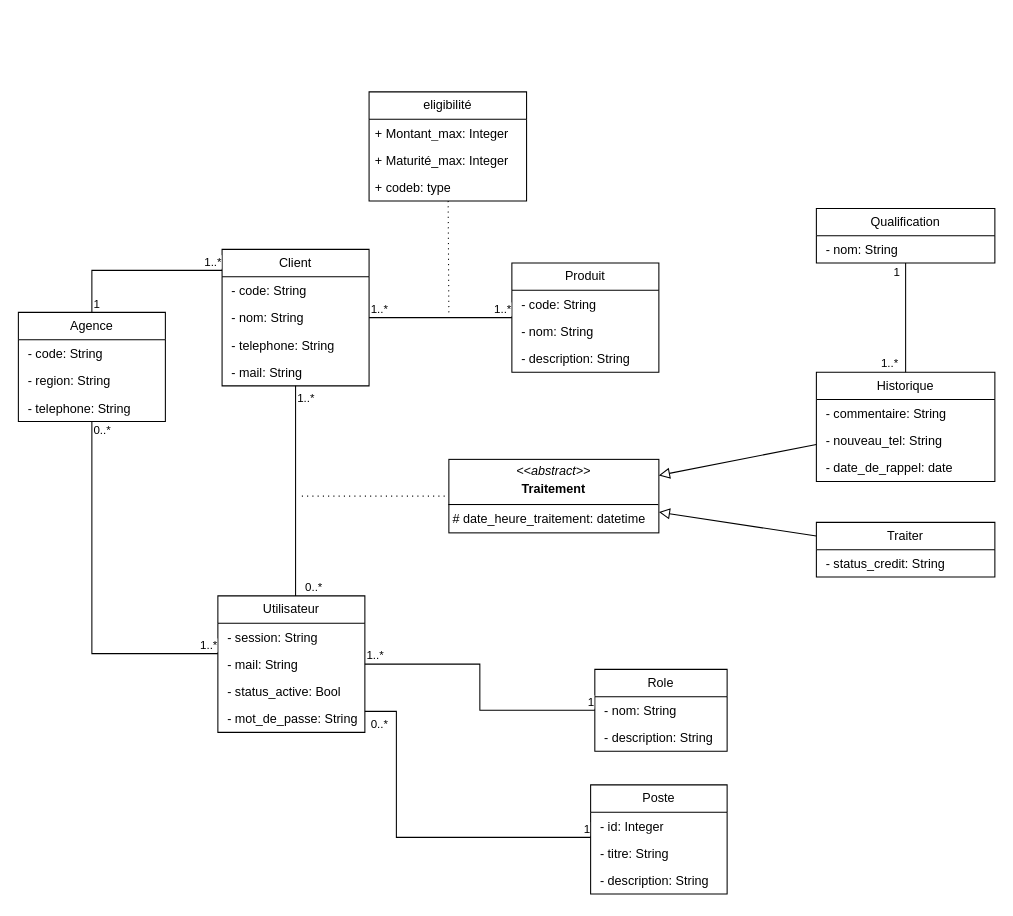
Before: diagram.drawio in 34arsonEddy/ABM, a draw.io diagram. Source tidied: cells renumbered, new cells numbered last; positions are measured from the earlier drawing's top-left corner, leaving out a move shared by most shapes. Both pictures are drawn from the tidied source at 105%, with x=0, y=0 at pixel (18, 91).
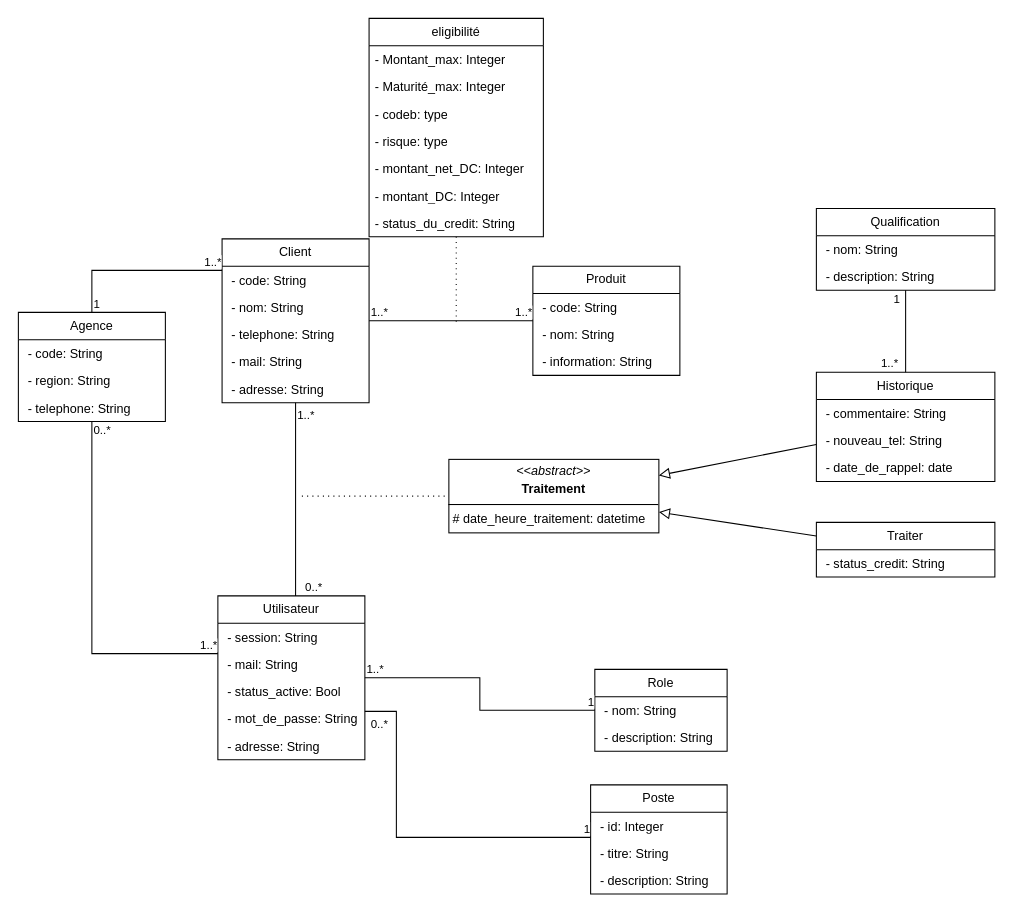
Above is the later version.

Commit message (it also covers changes not shown here):
Mettre à jour diagram.drawio

Change to the diagram source:
```diff
@@
     <mxCell id="2" value="Client" style="swimlane;fontStyle=0;horizontal=1;startSize=26;fillColor=none;whiteSpace=wrap;html=1;" parent="1" vertex="1">
-      <mxGeometry x="194" y="150" width="140" height="130" as="geometry" />
+      <mxGeometry x="194" y="140" width="140" height="156" as="geometry" />
     </mxCell>
@@
+    <mxCell id="67" value="&amp;nbsp;- adresse: String" style="text;strokeColor=none;fillColor=none;align=left;verticalAlign=top;spacingLeft=4;spacingRight=4;overflow=hidden;whiteSpace=wrap;html=1;" parent="2" vertex="1">
+      <mxGeometry y="130" width="140" height="26" as="geometry" />
+    </mxCell>
     <mxCell id="7" value="Produit" style="swimlane;fontStyle=0;horizontal=1;startSize=26;fillColor=none;whiteSpace=wrap;html=1;" parent="1" vertex="1">
-      <mxGeometry x="470" y="163" width="140" height="104" as="geometry" />
+      <mxGeometry x="490" y="166" width="140" height="104" as="geometry" />
     </mxCell>
@@
-    <mxCell id="10" value="&amp;nbsp;- description: String" style="text;strokeColor=none;fillColor=none;align=left;verticalAlign=top;spacingLeft=4;spacingRight=4;overflow=hidden;whiteSpace=wrap;html=1;" parent="7" vertex="1">
+    <mxCell id="10" value="&amp;nbsp;- information: String" style="text;strokeColor=none;fillColor=none;align=left;verticalAlign=top;spacingLeft=4;spacingRight=4;overflow=hidden;whiteSpace=wrap;html=1;" parent="7" vertex="1">
       <mxGeometry y="78" width="140" height="26" as="geometry" />
     </mxCell>
@@
     <mxCell id="15" value="Utilisateur" style="swimlane;fontStyle=0;horizontal=1;startSize=26;fillColor=none;whiteSpace=wrap;html=1;" parent="1" vertex="1">
-      <mxGeometry x="190" y="480" width="140" height="130" as="geometry" />
+      <mxGeometry x="190" y="480" width="140" height="156" as="geometry" />
     </mxCell>
@@
+    <mxCell id="68" value="&amp;nbsp;- adresse: String" style="text;strokeColor=none;fillColor=none;align=left;verticalAlign=top;spacingLeft=4;spacingRight=4;overflow=hidden;whiteSpace=wrap;html=1;" parent="15" vertex="1">
+      <mxGeometry y="130" width="140" height="26" as="geometry" />
+    </mxCell>
@@
     <mxCell id="42" value="eligibilité" style="swimlane;fontStyle=0;horizontal=1;startSize=26;fillColor=none;whiteSpace=wrap;html=1;" parent="1" vertex="1">
-      <mxGeometry x="334" width="150" height="104" as="geometry" />
+      <mxGeometry x="334" y="-70" width="166" height="208" as="geometry" />
     </mxCell>
-    <mxCell id="43" value="+ Montant_max: Integer" style="text;strokeColor=none;fillColor=none;align=left;verticalAlign=top;spacingLeft=4;spacingRight=4;overflow=hidden;whiteSpace=wrap;html=1;" parent="42" vertex="1">
-      <mxGeometry y="26" width="150" height="26" as="geometry" />
+    <mxCell id="43" value="- Montant_max: Integer" style="text;strokeColor=none;fillColor=none;align=left;verticalAlign=top;spacingLeft=4;spacingRight=4;overflow=hidden;whiteSpace=wrap;html=1;" parent="42" vertex="1">
+      <mxGeometry y="26" width="166" height="26" as="geometry" />
     </mxCell>
-    <mxCell id="44" value="+ Maturité_max: Integer" style="text;strokeColor=none;fillColor=none;align=left;verticalAlign=top;spacingLeft=4;spacingRight=4;overflow=hidden;whiteSpace=wrap;html=1;" parent="42" vertex="1">
-      <mxGeometry y="52" width="150" height="26" as="geometry" />
+    <mxCell id="44" value="- Maturité_max: Integer" style="text;strokeColor=none;fillColor=none;align=left;verticalAlign=top;spacingLeft=4;spacingRight=4;overflow=hidden;whiteSpace=wrap;html=1;" parent="42" vertex="1">
+      <mxGeometry y="52" width="166" height="26" as="geometry" />
     </mxCell>
-    <mxCell id="45" value="+ codeb: type" style="text;strokeColor=none;fillColor=none;align=left;verticalAlign=top;spacingLeft=4;spacingRight=4;overflow=hidden;whiteSpace=wrap;html=1;" parent="42" vertex="1">
-      <mxGeometry y="78" width="150" height="26" as="geometry" />
+    <mxCell id="45" value="- codeb: type" style="text;strokeColor=none;fillColor=none;align=left;verticalAlign=top;spacingLeft=4;spacingRight=4;overflow=hidden;whiteSpace=wrap;html=1;" parent="42" vertex="1">
+      <mxGeometry y="78" width="166" height="26" as="geometry" />
     </mxCell>
+    <mxCell id="69" value="- risque: type" style="text;strokeColor=none;fillColor=none;align=left;verticalAlign=top;spacingLeft=4;spacingRight=4;overflow=hidden;whiteSpace=wrap;html=1;" parent="42" vertex="1">
+      <mxGeometry y="104" width="166" height="26" as="geometry" />
+    </mxCell>
+    <mxCell id="70" value="- montant_net_DC: Integer" style="text;strokeColor=none;fillColor=none;align=left;verticalAlign=top;spacingLeft=4;spacingRight=4;overflow=hidden;whiteSpace=wrap;html=1;" parent="42" vertex="1">
+      <mxGeometry y="130" width="166" height="26" as="geometry" />
+    </mxCell>
+    <mxCell id="71" value="- montant_DC: Integer" style="text;strokeColor=none;fillColor=none;align=left;verticalAlign=top;spacingLeft=4;spacingRight=4;overflow=hidden;whiteSpace=wrap;html=1;" parent="42" vertex="1">
+      <mxGeometry y="156" width="166" height="26" as="geometry" />
+    </mxCell>
+    <mxCell id="72" value="- status_du_credit: String" style="text;strokeColor=none;fillColor=none;align=left;verticalAlign=top;spacingLeft=4;spacingRight=4;overflow=hidden;whiteSpace=wrap;html=1;" parent="42" vertex="1">
+      <mxGeometry y="182" width="166" height="26" as="geometry" />
+    </mxCell>
     <mxCell id="46" style="endArrow=none;dashed=1;html=1;dashPattern=1 4;strokeWidth=1;rounded=0;jumpSize=2;endSize=2;startSize=5;" parent="1" edge="1" source="42">
       <mxGeometry relative="1" as="geometry">
-        <mxPoint x="410" y="210" as="targetPoint" />
+        <mxPoint x="417" y="220" as="targetPoint" />
       </mxGeometry>
     </mxCell>
@@
     <mxCell id="62" value="Qualification" style="swimlane;fontStyle=0;horizontal=1;startSize=26;fillColor=none;whiteSpace=wrap;html=1;" parent="1" vertex="1">
-      <mxGeometry x="760" y="111" width="170" height="52" as="geometry" />
+      <mxGeometry x="760" y="111" width="170" height="78" as="geometry" />
     </mxCell>
@@
+    <mxCell id="73" value="&amp;nbsp;- description: String" style="text;strokeColor=none;fillColor=none;align=left;verticalAlign=top;spacingLeft=4;spacingRight=4;overflow=hidden;whiteSpace=wrap;html=1;" parent="62" vertex="1">
+      <mxGeometry y="52" width="170" height="26" as="geometry" />
+    </mxCell>
```
